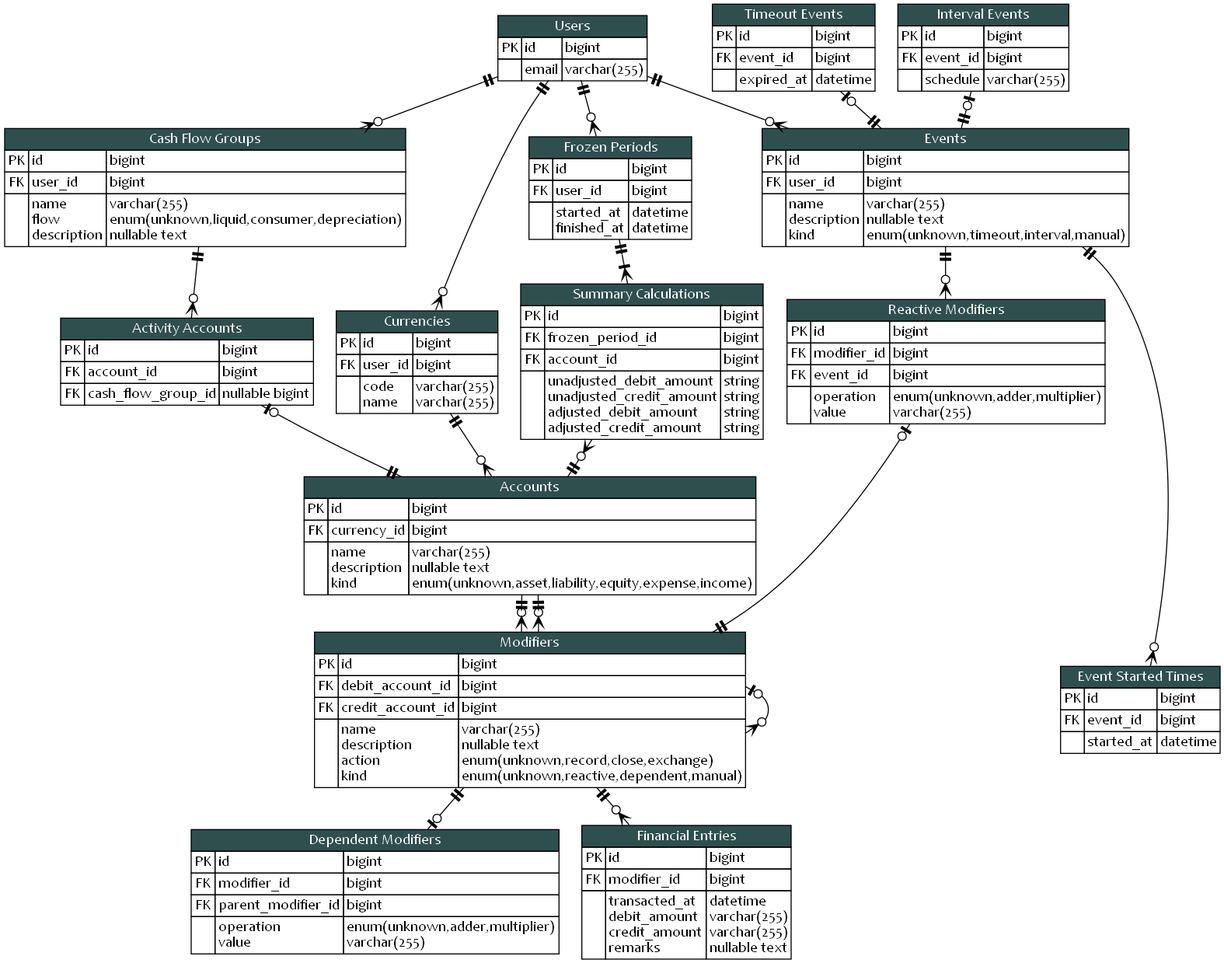
Earlier version of the Graphviz export blueprint/erd.png (KennethTrecy/peratorakka_server). Its source is kept beside it as blueprint/erd.dot.
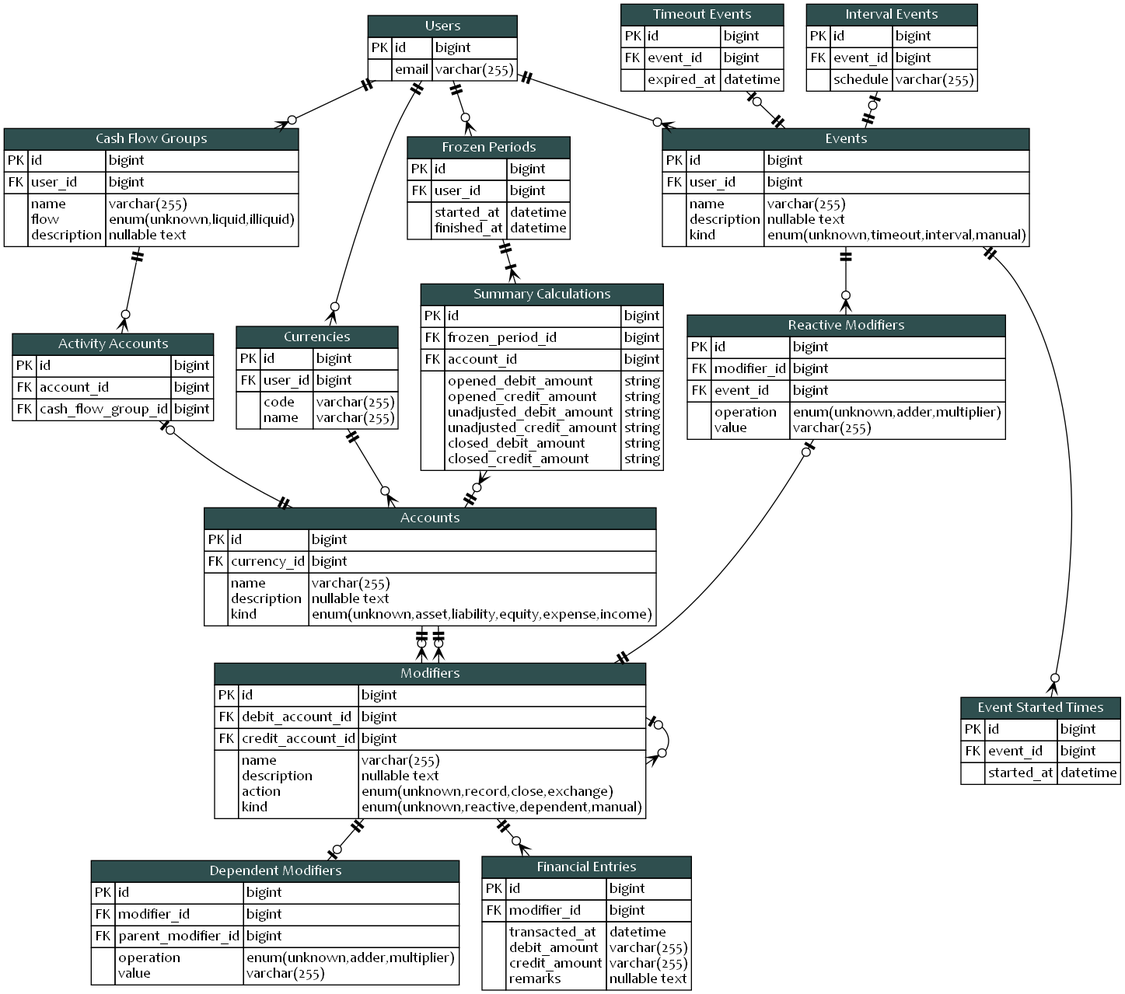
Later version of the same file.

Commit message:
docs(blueprint): optimize cash flow info

What changed in the source:
```diff
@@ -96,7 +96,7 @@
 					</td>
 					<td align="left">
 						varchar(255)<br align="left"/>
-						enum(unknown,liquid,consumer,depreciation)<br align="left"/>
+						enum(unknown,liquid,illiquid)<br align="left"/>
 						nullable text<br align="left"/>
 					</td>
 				</tr>
@@ -162,7 +162,7 @@
 				<tr>
 					<td>FK</td>
 					<td align="left">cash_flow_group_id</td>
-					<td align="left">nullable bigint</td>
+					<td align="left">bigint</td>
 				</tr>
 			</table>
 			>
@@ -520,12 +520,16 @@
 				<tr>
 					<td></td>
 					<td align="left">
+						opened_debit_amount<br align="left"/>
+						opened_credit_amount<br align="left"/>
 						unadjusted_debit_amount<br align="left"/>
 						unadjusted_credit_amount<br align="left"/>
-						adjusted_debit_amount<br align="left"/>
-						adjusted_credit_amount<br align="left"/>
+						closed_debit_amount<br align="left"/>
+						closed_credit_amount<br align="left"/>
 					</td>
 					<td align="left">
+						string<br align="left"/>
+						string<br align="left"/>
 						string<br align="left"/>
 						string<br align="left"/>
 						string<br align="left"/>
```
